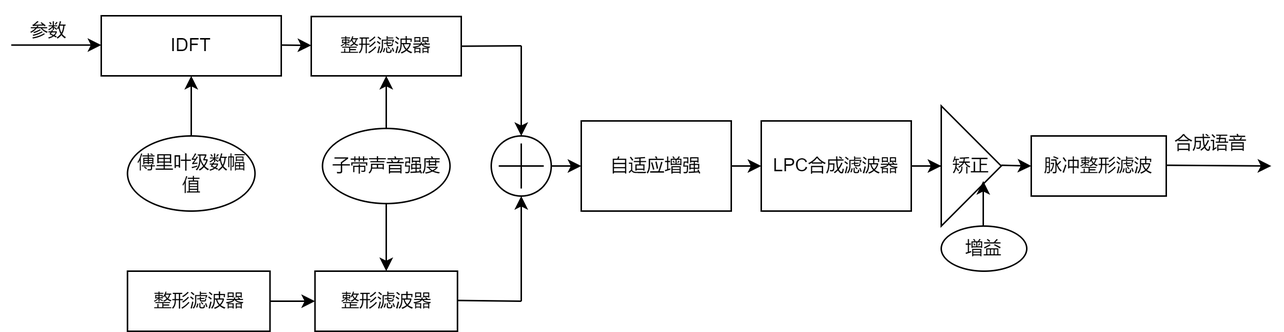
Earlier version of the draw.io export 333.drawio.png (DoodleHapes/ele_three). Source tidied: cells renumbered, new cells last; positions are measured from the earlier drawing's top-left corner, leaving out a move shared by most shapes. The source it was exported from:
```xml
<mxGraphModel>
  <root>
    <mxCell id="0" />
    <mxCell id="1" parent="0" />
    <mxCell id="2" style="endArrow=classic;html=1;rounded=0;" parent="1" edge="1">
      <mxGeometry relative="1" as="geometry">
        <mxPoint y="29.5" as="sourcePoint" />
        <mxPoint x="60" y="29.5" as="targetPoint" />
      </mxGeometry>
    </mxCell>
    <mxCell id="3" style="endArrow=classic;html=1;rounded=0;" parent="1" edge="1" target="4">
      <mxGeometry relative="1" as="geometry">
        <mxPoint x="180" y="29.5" as="sourcePoint" />
      </mxGeometry>
    </mxCell>
    <mxCell id="4" value="整形滤波器" style="rounded=0;whiteSpace=wrap;html=1;" parent="1" vertex="1">
      <mxGeometry x="200" y="10.5" width="100" height="39.5" as="geometry" />
    </mxCell>
    <mxCell id="5" value="子带声音强度" style="ellipse;whiteSpace=wrap;html=1;" parent="1" vertex="1">
      <mxGeometry x="207.5" y="85" width="85" height="50" as="geometry" />
    </mxCell>
    <mxCell id="6" style="endArrow=classic;html=1;rounded=0;entryX=0.5;entryY=1;entryDx=0;entryDy=0;exitX=0.5;exitY=0;exitDx=0;exitDy=0;" parent="1" edge="1" source="5" target="4">
      <mxGeometry relative="1" as="geometry" />
    </mxCell>
    <mxCell id="7" value="整形滤波器" style="rounded=0;whiteSpace=wrap;html=1;" parent="1" vertex="1">
      <mxGeometry x="202.5" y="180" width="95" height="40" as="geometry" />
    </mxCell>
    <mxCell id="8" style="endArrow=classic;html=1;rounded=0;entryX=0.5;entryY=0;entryDx=0;entryDy=0;" parent="1" edge="1" target="7">
      <mxGeometry relative="1" as="geometry">
        <mxPoint x="250" y="135" as="sourcePoint" />
      </mxGeometry>
    </mxCell>
    <mxCell id="9" value="IDFT" style="rounded=0;whiteSpace=wrap;html=1;" parent="1" vertex="1">
      <mxGeometry x="60" y="10" width="120" height="40" as="geometry" />
    </mxCell>
    <mxCell id="10" style="edgeStyle=orthogonalEdgeStyle;rounded=0;jettySize=auto;html=1;" parent="1" edge="1" source="11" target="9">
      <mxGeometry relative="1" as="geometry" />
    </mxCell>
    <mxCell id="11" value="傅里叶级数幅值" style="ellipse;whiteSpace=wrap;html=1;" parent="1" vertex="1">
      <mxGeometry x="77.5" y="90" width="85" height="50" as="geometry" />
    </mxCell>
    <mxCell id="12" value="参数" style="text;html=1;align=center;verticalAlign=middle;whiteSpace=wrap;rounded=0;" parent="1" vertex="1">
      <mxGeometry width="50" height="40" as="geometry" />
    </mxCell>
    <mxCell id="13" style="edgeStyle=orthogonalEdgeStyle;rounded=0;jettySize=auto;html=1;" parent="1" edge="1" source="14" target="7">
      <mxGeometry relative="1" as="geometry" />
    </mxCell>
    <mxCell id="14" value="整形滤波器" style="rounded=0;whiteSpace=wrap;html=1;" parent="1" vertex="1">
      <mxGeometry x="77.5" y="180" width="95" height="40" as="geometry" />
    </mxCell>
    <mxCell id="15" style="verticalLabelPosition=bottom;verticalAlign=top;html=1;shape=mxgraph.flowchart.on-page_reference;" parent="1" vertex="1">
      <mxGeometry x="320" y="90" width="40" height="40" as="geometry" />
    </mxCell>
    <mxCell id="16" style="shape=cross;whiteSpace=wrap;html=1;size=0;" parent="1" vertex="1">
      <mxGeometry x="325" y="95" width="30" height="30" as="geometry" />
    </mxCell>
    <mxCell id="17" style="endArrow=none;html=1;rounded=0;exitX=1;exitY=0.5;exitDx=0;exitDy=0;" parent="1" edge="1" source="4">
      <mxGeometry relative="1" as="geometry">
        <mxPoint x="340" y="30" as="targetPoint" />
      </mxGeometry>
    </mxCell>
    <mxCell id="18" style="endArrow=classic;html=1;rounded=0;entryX=0.5;entryY=0;entryDx=0;entryDy=0;entryPerimeter=0;" parent="1" edge="1" target="15">
      <mxGeometry relative="1" as="geometry">
        <mxPoint x="340" y="30" as="sourcePoint" />
      </mxGeometry>
    </mxCell>
    <mxCell id="19" style="endArrow=classic;html=1;rounded=0;entryX=0.5;entryY=1;entryDx=0;entryDy=0;entryPerimeter=0;" parent="1" edge="1" target="15">
      <mxGeometry relative="1" as="geometry">
        <mxPoint x="340" y="200" as="sourcePoint" />
      </mxGeometry>
    </mxCell>
    <mxCell id="20" style="endArrow=none;html=1;rounded=0;" parent="1" edge="1">
      <mxGeometry relative="1" as="geometry">
        <mxPoint x="297.5" y="199.5" as="sourcePoint" />
        <mxPoint x="340" y="200" as="targetPoint" />
      </mxGeometry>
    </mxCell>
    <mxCell id="21" value="自适应增强" style="rounded=0;whiteSpace=wrap;html=1;" parent="1" vertex="1">
      <mxGeometry x="380" y="80" width="100" height="60" as="geometry" />
    </mxCell>
    <mxCell id="22" style="edgeStyle=orthogonalEdgeStyle;rounded=0;jettySize=auto;html=1;" parent="1" edge="1" source="27" target="23">
      <mxGeometry relative="1" as="geometry" />
    </mxCell>
    <mxCell id="23" value="矫正" style="triangle;whiteSpace=wrap;html=1;" parent="1" vertex="1">
      <mxGeometry x="620" y="70" width="40" height="80" as="geometry" />
    </mxCell>
    <mxCell id="24" value="增益" style="ellipse;whiteSpace=wrap;html=1;" parent="1" vertex="1">
      <mxGeometry x="620" y="150" width="57" height="30" as="geometry" />
    </mxCell>
    <mxCell id="25" value="脉冲整形滤波" style="rounded=0;whiteSpace=wrap;html=1;" parent="1" vertex="1">
      <mxGeometry x="680" y="90" width="90" height="40" as="geometry" />
    </mxCell>
    <mxCell id="26" value="合成语音" style="text;html=1;align=center;verticalAlign=middle;whiteSpace=wrap;rounded=0;" parent="1" vertex="1">
      <mxGeometry x="770" y="80" width="60" height="30" as="geometry" />
    </mxCell>
    <mxCell id="27" value="LPC合成滤波器" style="rounded=0;whiteSpace=wrap;html=1;" parent="1" vertex="1">
      <mxGeometry x="500" y="80" width="100" height="60" as="geometry" />
    </mxCell>
    <mxCell id="28" style="endArrow=classic;html=1;rounded=0;" parent="1" edge="1">
      <mxGeometry relative="1" as="geometry">
        <mxPoint x="660" y="109.5" as="sourcePoint" />
        <mxPoint x="680" y="110" as="targetPoint" />
      </mxGeometry>
    </mxCell>
    <mxCell id="29" style="endArrow=classic;html=1;rounded=0;" parent="1" edge="1">
      <mxGeometry relative="1" as="geometry">
        <mxPoint x="648" y="150" as="sourcePoint" />
        <mxPoint x="648" y="120" as="targetPoint" />
      </mxGeometry>
    </mxCell>
    <mxCell id="30" style="endArrow=classic;html=1;rounded=0;" parent="1" edge="1">
      <mxGeometry relative="1" as="geometry">
        <mxPoint x="770" y="109.5" as="sourcePoint" />
        <mxPoint x="840" y="110" as="targetPoint" />
      </mxGeometry>
    </mxCell>
    <mxCell id="31" style="endArrow=classic;html=1;rounded=0;" parent="1" edge="1">
      <mxGeometry relative="1" as="geometry">
        <mxPoint x="480" y="110" as="sourcePoint" />
        <mxPoint x="500" y="110" as="targetPoint" />
      </mxGeometry>
    </mxCell>
    <mxCell id="32" style="endArrow=classic;html=1;rounded=0;" parent="1" edge="1">
      <mxGeometry relative="1" as="geometry">
        <mxPoint x="360" y="110" as="sourcePoint" />
        <mxPoint x="380" y="110" as="targetPoint" />
      </mxGeometry>
    </mxCell>
  </root>
</mxGraphModel>
```
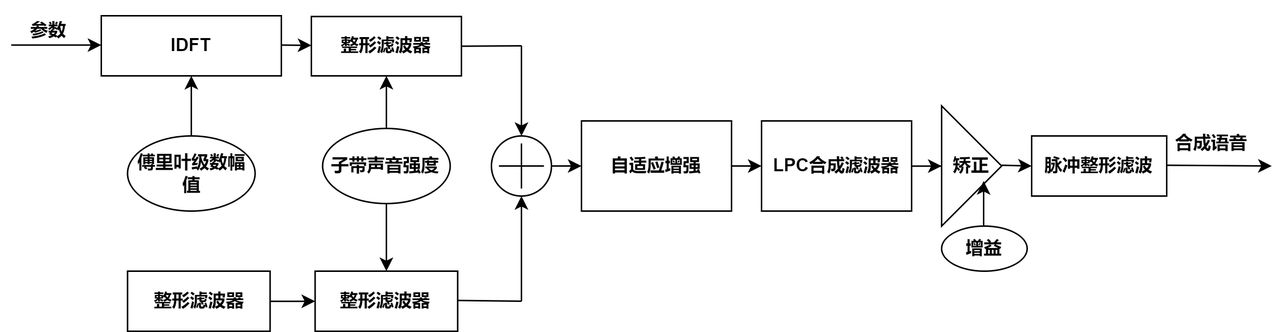
After the commit.

What changed in the source:
```diff
@@ -13,16 +13,16 @@
         <mxPoint x="180" y="29.5" as="sourcePoint" />
       </mxGeometry>
     </mxCell>
-    <mxCell id="4" value="整形滤波器" style="rounded=0;whiteSpace=wrap;html=1;" parent="1" vertex="1">
+    <mxCell id="4" value="&lt;b&gt;整形滤波器&lt;/b&gt;" style="rounded=0;whiteSpace=wrap;html=1;" parent="1" vertex="1">
       <mxGeometry x="200" y="10.5" width="100" height="39.5" as="geometry" />
     </mxCell>
-    <mxCell id="5" value="子带声音强度" style="ellipse;whiteSpace=wrap;html=1;" parent="1" vertex="1">
+    <mxCell id="5" value="&lt;b&gt;子带声音强度&lt;/b&gt;" style="ellipse;whiteSpace=wrap;html=1;" parent="1" vertex="1">
       <mxGeometry x="207.5" y="85" width="85" height="50" as="geometry" />
     </mxCell>
     <mxCell id="6" style="endArrow=classic;html=1;rounded=0;entryX=0.5;entryY=1;entryDx=0;entryDy=0;exitX=0.5;exitY=0;exitDx=0;exitDy=0;" parent="1" edge="1" source="5" target="4">
       <mxGeometry relative="1" as="geometry" />
     </mxCell>
-    <mxCell id="7" value="整形滤波器" style="rounded=0;whiteSpace=wrap;html=1;" parent="1" vertex="1">
+    <mxCell id="7" value="&lt;b&gt;整形滤波器&lt;/b&gt;" style="rounded=0;whiteSpace=wrap;html=1;" parent="1" vertex="1">
       <mxGeometry x="202.5" y="180" width="95" height="40" as="geometry" />
     </mxCell>
     <mxCell id="8" style="endArrow=classic;html=1;rounded=0;entryX=0.5;entryY=0;entryDx=0;entryDy=0;" parent="1" edge="1" target="7">
@@ -30,22 +30,22 @@
         <mxPoint x="250" y="135" as="sourcePoint" />
       </mxGeometry>
     </mxCell>
-    <mxCell id="9" value="IDFT" style="rounded=0;whiteSpace=wrap;html=1;" parent="1" vertex="1">
+    <mxCell id="9" value="&lt;b&gt;IDFT&lt;/b&gt;" style="rounded=0;whiteSpace=wrap;html=1;" parent="1" vertex="1">
       <mxGeometry x="60" y="10" width="120" height="40" as="geometry" />
     </mxCell>
     <mxCell id="10" style="edgeStyle=orthogonalEdgeStyle;rounded=0;jettySize=auto;html=1;" parent="1" edge="1" source="11" target="9">
       <mxGeometry relative="1" as="geometry" />
     </mxCell>
-    <mxCell id="11" value="傅里叶级数幅值" style="ellipse;whiteSpace=wrap;html=1;" parent="1" vertex="1">
+    <mxCell id="11" value="&lt;b&gt;傅里叶级数幅值&lt;/b&gt;" style="ellipse;whiteSpace=wrap;html=1;" parent="1" vertex="1">
       <mxGeometry x="77.5" y="90" width="85" height="50" as="geometry" />
     </mxCell>
-    <mxCell id="12" value="参数" style="text;html=1;align=center;verticalAlign=middle;whiteSpace=wrap;rounded=0;" parent="1" vertex="1">
+    <mxCell id="12" value="&lt;b&gt;参数&lt;/b&gt;" style="text;html=1;align=center;verticalAlign=middle;whiteSpace=wrap;rounded=0;" parent="1" vertex="1">
       <mxGeometry width="50" height="40" as="geometry" />
     </mxCell>
     <mxCell id="13" style="edgeStyle=orthogonalEdgeStyle;rounded=0;jettySize=auto;html=1;" parent="1" edge="1" source="14" target="7">
       <mxGeometry relative="1" as="geometry" />
     </mxCell>
-    <mxCell id="14" value="整形滤波器" style="rounded=0;whiteSpace=wrap;html=1;" parent="1" vertex="1">
+    <mxCell id="14" value="&lt;b&gt;整形滤波器&lt;/b&gt;" style="rounded=0;whiteSpace=wrap;html=1;" parent="1" vertex="1">
       <mxGeometry x="77.5" y="180" width="95" height="40" as="geometry" />
     </mxCell>
     <mxCell id="15" style="verticalLabelPosition=bottom;verticalAlign=top;html=1;shape=mxgraph.flowchart.on-page_reference;" parent="1" vertex="1">
@@ -75,25 +75,25 @@
         <mxPoint x="340" y="200" as="targetPoint" />
       </mxGeometry>
     </mxCell>
-    <mxCell id="21" value="自适应增强" style="rounded=0;whiteSpace=wrap;html=1;" parent="1" vertex="1">
+    <mxCell id="21" value="&lt;b&gt;自适应增强&lt;/b&gt;" style="rounded=0;whiteSpace=wrap;html=1;" parent="1" vertex="1">
       <mxGeometry x="380" y="80" width="100" height="60" as="geometry" />
     </mxCell>
     <mxCell id="22" style="edgeStyle=orthogonalEdgeStyle;rounded=0;jettySize=auto;html=1;" parent="1" edge="1" source="27" target="23">
       <mxGeometry relative="1" as="geometry" />
     </mxCell>
-    <mxCell id="23" value="矫正" style="triangle;whiteSpace=wrap;html=1;" parent="1" vertex="1">
+    <mxCell id="23" value="&lt;b&gt;矫正&lt;/b&gt;" style="triangle;whiteSpace=wrap;html=1;" parent="1" vertex="1">
       <mxGeometry x="620" y="70" width="40" height="80" as="geometry" />
     </mxCell>
-    <mxCell id="24" value="增益" style="ellipse;whiteSpace=wrap;html=1;" parent="1" vertex="1">
+    <mxCell id="24" value="&lt;b&gt;增益&lt;/b&gt;" style="ellipse;whiteSpace=wrap;html=1;" parent="1" vertex="1">
       <mxGeometry x="620" y="150" width="57" height="30" as="geometry" />
     </mxCell>
-    <mxCell id="25" value="脉冲整形滤波" style="rounded=0;whiteSpace=wrap;html=1;" parent="1" vertex="1">
+    <mxCell id="25" value="&lt;b&gt;脉冲整形滤波&lt;/b&gt;" style="rounded=0;whiteSpace=wrap;html=1;" parent="1" vertex="1">
       <mxGeometry x="680" y="90" width="90" height="40" as="geometry" />
     </mxCell>
-    <mxCell id="26" value="合成语音" style="text;html=1;align=center;verticalAlign=middle;whiteSpace=wrap;rounded=0;" parent="1" vertex="1">
+    <mxCell id="26" value="&lt;b&gt;合成语音&lt;/b&gt;" style="text;html=1;align=center;verticalAlign=middle;whiteSpace=wrap;rounded=0;" parent="1" vertex="1">
       <mxGeometry x="770" y="80" width="60" height="30" as="geometry" />
     </mxCell>
-    <mxCell id="27" value="LPC合成滤波器" style="rounded=0;whiteSpace=wrap;html=1;" parent="1" vertex="1">
+    <mxCell id="27" value="&lt;b&gt;LPC合成滤波器&lt;/b&gt;" style="rounded=0;whiteSpace=wrap;html=1;" parent="1" vertex="1">
       <mxGeometry x="500" y="80" width="100" height="60" as="geometry" />
     </mxCell>
     <mxCell id="28" style="endArrow=classic;html=1;rounded=0;" parent="1" edge="1">
```
